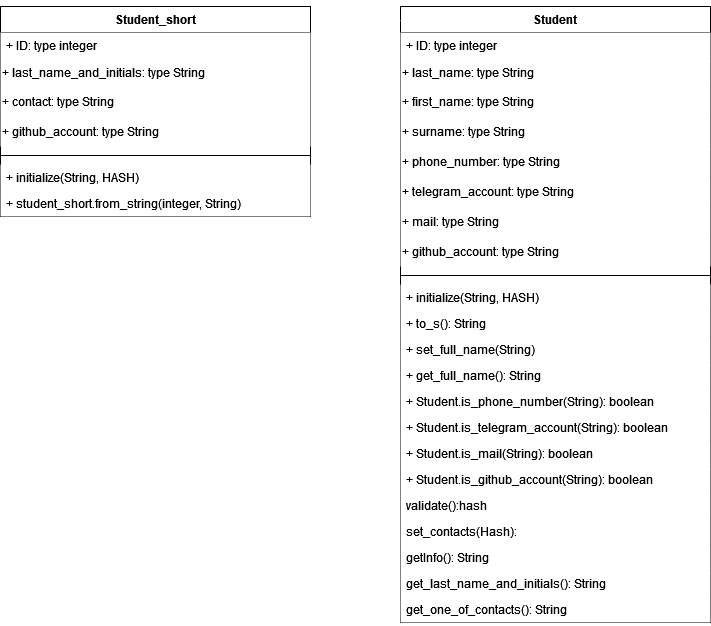
Before: Ruby_Kernel_classes_and_models/class diagram.png, a diagram exported from draw.io (KIJEMORI/Design_Patterns_Ruby). Source tidied: cells renumbered, new cells last; positions are measured from the earlier drawing's top-left corner, leaving out a move shared by most shapes.
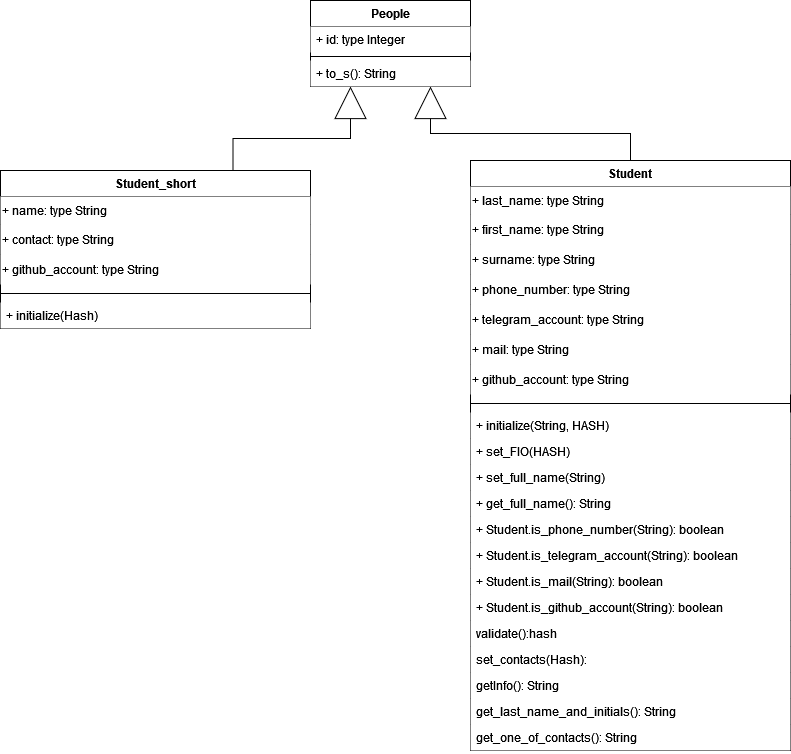
Later version of the same file.

Commit message:
Lab 2 | Task 2 | class diagram

Перестроена диаграмма относительно новых изменений

What changed in the source:
```diff
@@ -2,101 +2,107 @@
   <root>
     <mxCell id="0" />
     <mxCell id="1" parent="0" />
-    <mxCell id="2" value="Student" style="swimlane;fontStyle=1;align=center;verticalAlign=top;horizontal=1;startSize=26;whiteSpace=wrap;html=1;fillColor=#FFFFFF;" parent="1" vertex="1">
-      <mxGeometry x="400" width="310" height="616" as="geometry" />
+    <mxCell id="2" value="Student" style="swimlane;fontStyle=1;align=center;verticalAlign=top;horizontal=1;startSize=26;whiteSpace=wrap;html=1;fillColor=#FFFFFF;strokeColor=default;" parent="1" vertex="1">
+      <mxGeometry x="430" y="46" width="320" height="590" as="geometry" />
     </mxCell>
-    <mxCell id="3" value="&lt;div&gt;+ ID: type integer&lt;/div&gt;" style="text;strokeColor=none;fillColor=#FFFFFF;align=left;verticalAlign=top;spacingLeft=4;spacingRight=4;overflow=hidden;whiteSpace=wrap;html=1;" parent="2" vertex="1">
-      <mxGeometry y="26" width="310" height="26" as="geometry" />
-    </mxCell>
     <mxCell id="4" value="&lt;div&gt;+ last_name: type String&lt;br&gt;&lt;/div&gt;" style="text;html=1;align=left;verticalAlign=middle;whiteSpace=wrap;rounded=0;fillColor=#FFFFFF;" parent="2" vertex="1">
-      <mxGeometry y="52" width="310" height="28" as="geometry" />
+      <mxGeometry y="26" width="320" height="28" as="geometry" />
     </mxCell>
     <mxCell id="5" value="&lt;div&gt;+ first_name: type String&lt;br&gt;&lt;/div&gt;" style="text;html=1;align=left;verticalAlign=middle;whiteSpace=wrap;rounded=0;fillColor=#FFFFFF;" parent="2" vertex="1">
-      <mxGeometry y="80" width="310" height="30" as="geometry" />
+      <mxGeometry y="54" width="320" height="30" as="geometry" />
     </mxCell>
     <mxCell id="6" value="&lt;div&gt;+ surname: type String&lt;br&gt;&lt;/div&gt;" style="text;html=1;align=left;verticalAlign=middle;whiteSpace=wrap;rounded=0;fillColor=#FFFFFF;" parent="2" vertex="1">
-      <mxGeometry y="110" width="310" height="30" as="geometry" />
+      <mxGeometry y="84" width="320" height="30" as="geometry" />
     </mxCell>
     <mxCell id="7" value="&lt;div&gt;+ phone_number: type String&lt;br&gt;&lt;/div&gt;" style="text;html=1;align=left;verticalAlign=middle;whiteSpace=wrap;rounded=0;fillColor=#FFFFFF;" parent="2" vertex="1">
-      <mxGeometry y="140" width="310" height="30" as="geometry" />
+      <mxGeometry y="114" width="320" height="30" as="geometry" />
     </mxCell>
     <mxCell id="8" value="&lt;div&gt;+ telegram_account: type String&lt;br&gt;&lt;/div&gt;" style="text;html=1;align=left;verticalAlign=middle;whiteSpace=wrap;rounded=0;fillColor=#FFFFFF;" parent="2" vertex="1">
-      <mxGeometry y="170" width="310" height="30" as="geometry" />
+      <mxGeometry y="144" width="320" height="30" as="geometry" />
     </mxCell>
     <mxCell id="9" value="&lt;div&gt;+ mail: type String&lt;br&gt;&lt;/div&gt;" style="text;html=1;align=left;verticalAlign=middle;whiteSpace=wrap;rounded=0;fillColor=#FFFFFF;" parent="2" vertex="1">
-      <mxGeometry y="200" width="310" height="30" as="geometry" />
+      <mxGeometry y="174" width="320" height="30" as="geometry" />
     </mxCell>
     <mxCell id="10" value="&lt;div&gt;+ github_account: type String&lt;br&gt;&lt;/div&gt;" style="text;html=1;align=left;verticalAlign=middle;whiteSpace=wrap;rounded=0;fillColor=#FFFFFF;" parent="2" vertex="1">
-      <mxGeometry y="230" width="310" height="30" as="geometry" />
+      <mxGeometry y="204" width="320" height="30" as="geometry" />
     </mxCell>
     <mxCell id="11" style="line;strokeWidth=1;fillColor=#FFFFFF;align=left;verticalAlign=middle;spacingTop=-1;spacingLeft=3;spacingRight=3;labelPosition=right;strokeColor=inherit;" parent="2" vertex="1">
-      <mxGeometry y="260" width="310" height="18" as="geometry" />
+      <mxGeometry y="234" width="320" height="18" as="geometry" />
     </mxCell>
     <mxCell id="12" value="+ initialize(String, HASH)" style="text;strokeColor=none;fillColor=#FFFFFF;align=left;verticalAlign=top;spacingLeft=4;spacingRight=4;overflow=hidden;whiteSpace=wrap;html=1;" parent="2" vertex="1">
-      <mxGeometry y="278" width="310" height="26" as="geometry" />
+      <mxGeometry y="252" width="320" height="26" as="geometry" />
     </mxCell>
-    <mxCell id="13" value="+ to_s(): String" style="text;strokeColor=none;fillColor=#FFFFFF;align=left;verticalAlign=top;spacingLeft=4;spacingRight=4;overflow=hidden;whiteSpace=wrap;html=1;" parent="2" vertex="1">
-      <mxGeometry y="304" width="310" height="26" as="geometry" />
-    </mxCell>
+    <mxCell id="34" value="+ set_FIO(HASH)" style="text;strokeColor=none;fillColor=#FFFFFF;align=left;verticalAlign=top;spacingLeft=4;spacingRight=4;overflow=hidden;whiteSpace=wrap;html=1;" parent="2" vertex="1">
+      <mxGeometry y="278" width="320" height="26" as="geometry" />
+    </mxCell>
     <mxCell id="14" value="+ set_full_name(String)" style="text;strokeColor=none;fillColor=#FFFFFF;align=left;verticalAlign=top;spacingLeft=4;spacingRight=4;overflow=hidden;whiteSpace=wrap;html=1;" parent="2" vertex="1">
-      <mxGeometry y="330" width="310" height="26" as="geometry" />
+      <mxGeometry y="304" width="320" height="26" as="geometry" />
     </mxCell>
     <mxCell id="15" value="+ get_full_name(): String" style="text;strokeColor=none;fillColor=#FFFFFF;align=left;verticalAlign=top;spacingLeft=4;spacingRight=4;overflow=hidden;whiteSpace=wrap;html=1;" parent="2" vertex="1">
-      <mxGeometry y="356" width="310" height="26" as="geometry" />
+      <mxGeometry y="330" width="320" height="26" as="geometry" />
     </mxCell>
     <mxCell id="16" value="+ Student.is_phone_number(String): boolean" style="text;strokeColor=none;fillColor=#FFFFFF;align=left;verticalAlign=top;spacingLeft=4;spacingRight=4;overflow=hidden;whiteSpace=wrap;html=1;" parent="2" vertex="1">
-      <mxGeometry y="382" width="310" height="26" as="geometry" />
+      <mxGeometry y="356" width="320" height="26" as="geometry" />
     </mxCell>
     <mxCell id="17" value="+ Student.is_telegram_account(String): boolean" style="text;strokeColor=none;fillColor=#FFFFFF;align=left;verticalAlign=top;spacingLeft=4;spacingRight=4;overflow=hidden;whiteSpace=wrap;html=1;" parent="2" vertex="1">
-      <mxGeometry y="408" width="310" height="26" as="geometry" />
+      <mxGeometry y="382" width="320" height="26" as="geometry" />
     </mxCell>
     <mxCell id="18" value="+ Student.is_mail(String): boolean" style="text;strokeColor=none;fillColor=#FFFFFF;align=left;verticalAlign=top;spacingLeft=4;spacingRight=4;overflow=hidden;whiteSpace=wrap;html=1;" parent="2" vertex="1">
-      <mxGeometry y="434" width="310" height="26" as="geometry" />
+      <mxGeometry y="408" width="320" height="26" as="geometry" />
     </mxCell>
     <mxCell id="19" value="+ Student.is_github_account(String): boolean" style="text;strokeColor=none;fillColor=#FFFFFF;align=left;verticalAlign=top;spacingLeft=4;spacingRight=4;overflow=hidden;whiteSpace=wrap;html=1;" parent="2" vertex="1">
-      <mxGeometry y="460" width="310" height="26" as="geometry" />
+      <mxGeometry y="434" width="320" height="26" as="geometry" />
     </mxCell>
     <mxCell id="20" value="validate():hash" style="text;strokeColor=none;fillColor=#FFFFFF;align=left;verticalAlign=top;spacingLeft=4;spacingRight=4;overflow=hidden;whiteSpace=wrap;html=1;" parent="2" vertex="1">
-      <mxGeometry y="486" width="310" height="26" as="geometry" />
+      <mxGeometry y="460" width="320" height="26" as="geometry" />
     </mxCell>
     <mxCell id="21" value="set_contacts(Hash):" style="text;strokeColor=none;fillColor=#FFFFFF;align=left;verticalAlign=top;spacingLeft=4;spacingRight=4;overflow=hidden;whiteSpace=wrap;html=1;" parent="2" vertex="1">
-      <mxGeometry y="512" width="310" height="26" as="geometry" />
+      <mxGeometry y="486" width="320" height="26" as="geometry" />
     </mxCell>
     <mxCell id="22" value="getInfo(): String" style="text;strokeColor=none;fillColor=#FFFFFF;align=left;verticalAlign=top;spacingLeft=4;spacingRight=4;overflow=hidden;whiteSpace=wrap;html=1;" parent="2" vertex="1">
-      <mxGeometry y="538" width="310" height="26" as="geometry" />
+      <mxGeometry y="512" width="320" height="26" as="geometry" />
     </mxCell>
     <mxCell id="23" value="get_last_name_and_initials(): String" style="text;strokeColor=none;fillColor=#FFFFFF;align=left;verticalAlign=top;spacingLeft=4;spacingRight=4;overflow=hidden;whiteSpace=wrap;html=1;" parent="2" vertex="1">
-      <mxGeometry y="564" width="310" height="26" as="geometry" />
+      <mxGeometry y="538" width="320" height="26" as="geometry" />
     </mxCell>
     <mxCell id="24" value="get_one_of_contacts(): String" style="text;strokeColor=none;fillColor=#FFFFFF;align=left;verticalAlign=top;spacingLeft=4;spacingRight=4;overflow=hidden;whiteSpace=wrap;html=1;" parent="2" vertex="1">
-      <mxGeometry y="590" width="310" height="26" as="geometry" />
+      <mxGeometry y="564" width="320" height="26" as="geometry" />
     </mxCell>
     <mxCell id="25" value="Student_short" style="swimlane;fontStyle=1;align=center;verticalAlign=top;horizontal=1;startSize=26;whiteSpace=wrap;html=1;fillColor=#FFFFFF;" parent="1" vertex="1">
-      <mxGeometry width="310" height="210" as="geometry" />
+      <mxGeometry x="-40" y="56" width="310" height="158" as="geometry" />
     </mxCell>
-    <mxCell id="26" value="&lt;div&gt;+ ID: type integer&lt;/div&gt;" style="text;strokeColor=none;fillColor=#FFFFFF;align=left;verticalAlign=top;spacingLeft=4;spacingRight=4;overflow=hidden;whiteSpace=wrap;html=1;" parent="25" vertex="1">
-      <mxGeometry y="26" width="310" height="26" as="geometry" />
-    </mxCell>
-    <mxCell id="27" value="&lt;div&gt;+ last_name_and_initials: type String&lt;br&gt;&lt;/div&gt;" style="text;html=1;align=left;verticalAlign=middle;whiteSpace=wrap;rounded=0;fillColor=#FFFFFF;" parent="25" vertex="1">
-      <mxGeometry y="52" width="310" height="28" as="geometry" />
+    <mxCell id="27" value="&lt;div&gt;+ name: type String&lt;br&gt;&lt;/div&gt;" style="text;html=1;align=left;verticalAlign=middle;whiteSpace=wrap;rounded=0;fillColor=#FFFFFF;" parent="25" vertex="1">
+      <mxGeometry y="26" width="310" height="28" as="geometry" />
     </mxCell>
     <mxCell id="28" value="&lt;div&gt;+ contact: type String&lt;br&gt;&lt;/div&gt;" style="text;html=1;align=left;verticalAlign=middle;whiteSpace=wrap;rounded=0;fillColor=#FFFFFF;" parent="25" vertex="1">
-      <mxGeometry y="80" width="310" height="30" as="geometry" />
+      <mxGeometry y="54" width="310" height="30" as="geometry" />
     </mxCell>
     <mxCell id="29" value="&lt;div&gt;+ github_account: type String&lt;br&gt;&lt;/div&gt;" style="text;html=1;align=left;verticalAlign=middle;whiteSpace=wrap;rounded=0;fillColor=#FFFFFF;" parent="25" vertex="1">
-      <mxGeometry y="110" width="310" height="30" as="geometry" />
+      <mxGeometry y="84" width="310" height="30" as="geometry" />
     </mxCell>
     <mxCell id="30" style="line;strokeWidth=1;fillColor=#FFFFFF;align=left;verticalAlign=middle;spacingTop=-1;spacingLeft=3;spacingRight=3;labelPosition=right;strokeColor=inherit;" parent="25" vertex="1">
-      <mxGeometry y="140" width="310" height="18" as="geometry" />
+      <mxGeometry y="114" width="310" height="18" as="geometry" />
     </mxCell>
-    <mxCell id="31" value="+ initialize(String, HASH)" style="text;strokeColor=none;fillColor=#FFFFFF;align=left;verticalAlign=top;spacingLeft=4;spacingRight=4;overflow=hidden;whiteSpace=wrap;html=1;" parent="25" vertex="1">
-      <mxGeometry y="158" width="310" height="26" as="geometry" />
+    <mxCell id="31" value="+ initialize(Hash)" style="text;strokeColor=none;fillColor=#FFFFFF;align=left;verticalAlign=top;spacingLeft=4;spacingRight=4;overflow=hidden;whiteSpace=wrap;html=1;" parent="25" vertex="1">
+      <mxGeometry y="132" width="310" height="26" as="geometry" />
     </mxCell>
-    <mxCell id="32" value="+ student_short.from_string(integer, String)" style="text;strokeColor=none;fillColor=#FFFFFF;align=left;verticalAlign=top;spacingLeft=4;spacingRight=4;overflow=hidden;whiteSpace=wrap;html=1;" parent="25" vertex="1">
-      <mxGeometry y="184" width="310" height="26" as="geometry" />
-    </mxCell>
-    <mxCell id="33" style="edgeStyle=orthogonalEdgeStyle;rounded=0;jettySize=auto;html=1;exitX=0.001;exitY=0.023;exitDx=0;exitDy=0;entryX=1.001;entryY=0.075;entryDx=0;entryDy=0;endArrow=none;endFill=0;endSize=18;startArrow=block;startFill=0;targetPerimeterSpacing=20;sourcePerimeterSpacing=4;startSize=19;exitPerimeter=0;entryPerimeter=0;strokeColor=#FFFFFF;" parent="1" edge="1" source="2" target="25">
-      <mxGeometry relative="1" as="geometry" />
-    </mxCell>
+    <mxCell id="35" style="edgeStyle=orthogonalEdgeStyle;rounded=0;jettySize=auto;html=1;exitX=0.25;exitY=1;exitDx=0;exitDy=0;entryX=0.75;entryY=0;entryDx=0;entryDy=0;endArrow=none;endFill=0;endSize=28;startSize=30;startArrow=block;startFill=0;" parent="1" edge="1" source="37" target="25">
+      <mxGeometry relative="1" as="geometry" />
+    </mxCell>
+    <mxCell id="36" style="edgeStyle=orthogonalEdgeStyle;rounded=0;jettySize=auto;html=1;exitX=0.75;exitY=1;exitDx=0;exitDy=0;entryX=0.5;entryY=0;entryDx=0;entryDy=0;startArrow=block;startFill=0;endArrow=none;endFill=0;startSize=30;" parent="1" edge="1" source="37" target="2">
+      <mxGeometry relative="1" as="geometry" />
+    </mxCell>
+    <mxCell id="37" value="People" style="swimlane;fontStyle=1;align=center;verticalAlign=top;horizontal=1;startSize=26;whiteSpace=wrap;html=1;" parent="1" vertex="1">
+      <mxGeometry x="270" y="-114" width="160" height="86" as="geometry" />
+    </mxCell>
+    <mxCell id="38" value="+ id: type Integer" style="text;strokeColor=none;fillColor=default;align=left;verticalAlign=top;spacingLeft=4;spacingRight=4;overflow=hidden;whiteSpace=wrap;html=1;" parent="37" vertex="1">
+      <mxGeometry y="26" width="160" height="26" as="geometry" />
+    </mxCell>
+    <mxCell id="39" style="line;strokeWidth=1;fillColor=none;align=left;verticalAlign=middle;spacingTop=-1;spacingLeft=3;spacingRight=3;labelPosition=right;strokeColor=inherit;" parent="37" vertex="1">
+      <mxGeometry y="52" width="160" height="8" as="geometry" />
+    </mxCell>
+    <mxCell id="13" value="+ to_s(): String" style="text;strokeColor=none;fillColor=#FFFFFF;align=left;verticalAlign=top;spacingLeft=4;spacingRight=4;overflow=hidden;whiteSpace=wrap;html=1;" parent="37" vertex="1">
+      <mxGeometry y="60" width="160" height="26" as="geometry" />
+    </mxCell>
   </root>
 </mxGraphModel>
```
